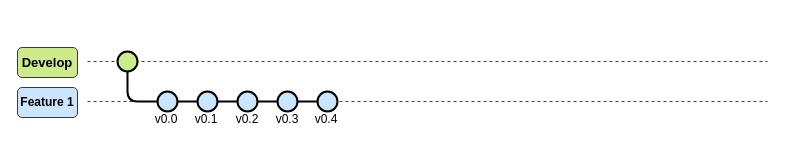
Before: page "Feature1" (3 of 3) of 03_ImagenesRepo/01_GitFlow.drawio in LEOSZ8/Tesis_Msc_LSZ, a draw.io diagram. Source tidied: cells renumbered, new cells numbered last; positions are measured from the earlier drawing's top-left corner, leaving out a move shared by most shapes. Both pictures are drawn from the tidied source at 100%, with x=0, y=0 at pixel (17, 47).
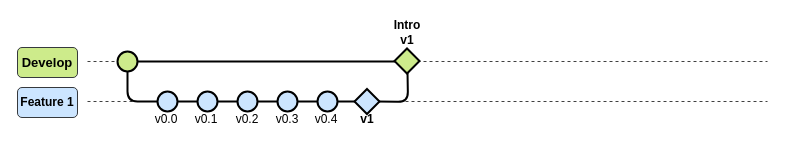
The same diagram, later.

Unchanged cells that the change refers to:
```xml
<mxCell id="20" style="ellipse;whiteSpace=wrap;html=1;fillColor=#cce5ff;strokeColor=#000000;strokeWidth=2;" parent="1" vertex="1">
  <mxGeometry x="300" y="44" width="20" height="20" as="geometry" />
</mxCell>
```

Change to the diagram source:
```diff
@@
+    <mxCell id="22" style="edgeStyle=orthogonalEdgeStyle;rounded=1;orthogonalLoop=1;jettySize=auto;html=1;curved=0;strokeWidth=2;endArrow=none;startFill=0;" parent="1" edge="1">
+      <mxGeometry relative="1" as="geometry">
+        <mxPoint x="360" y="54" as="sourcePoint" />
+        <mxPoint x="390" y="24" as="targetPoint" />
+      </mxGeometry>
+    </mxCell>
+    <mxCell id="23" style="edgeStyle=orthogonalEdgeStyle;rounded=0;orthogonalLoop=1;jettySize=auto;html=1;strokeWidth=2;endArrow=none;startFill=0;" parent="1" edge="1">
+      <mxGeometry relative="1" as="geometry">
+        <mxPoint x="120" y="14" as="sourcePoint" />
+        <mxPoint x="380" y="14" as="targetPoint" />
+      </mxGeometry>
+    </mxCell>
@@
+    <mxCell id="24" style="edgeStyle=orthogonalEdgeStyle;rounded=0;jettySize=auto;html=1;endArrow=none;endFill=0;strokeWidth=2;" parent="1" edge="1" source="20" target="25">
+      <mxGeometry relative="1" as="geometry" />
+    </mxCell>
@@
+    <mxCell id="25" style="rhombus;whiteSpace=wrap;html=1;fillColor=#cce5ff;strokeColor=#000000;strokeWidth=2;" parent="1" vertex="1">
+      <mxGeometry x="337" y="41.5" width="25" height="25" as="geometry" />
+    </mxCell>
+    <mxCell id="26" value="v1" style="text;html=1;align=center;verticalAlign=middle;whiteSpace=wrap;rounded=0;fontStyle=1;" parent="1" vertex="1">
+      <mxGeometry x="335" y="67" width="30" height="10" as="geometry" />
+    </mxCell>
+    <mxCell id="27" style="rhombus;whiteSpace=wrap;html=1;fillColor=#cdeb8b;strokeColor=#000000;strokeWidth=2;direction=west;rotation=-90;" parent="1" vertex="1">
+      <mxGeometry x="377" y="1" width="25" height="25" as="geometry" />
+    </mxCell>
+    <mxCell id="28" value="Intro&lt;div&gt;v1&lt;/div&gt;" style="text;html=1;align=center;verticalAlign=middle;whiteSpace=wrap;rounded=0;fontStyle=1;" parent="1" vertex="1">
+      <mxGeometry x="364.5" y="-30" width="50" height="30" as="geometry" />
+    </mxCell>
```
